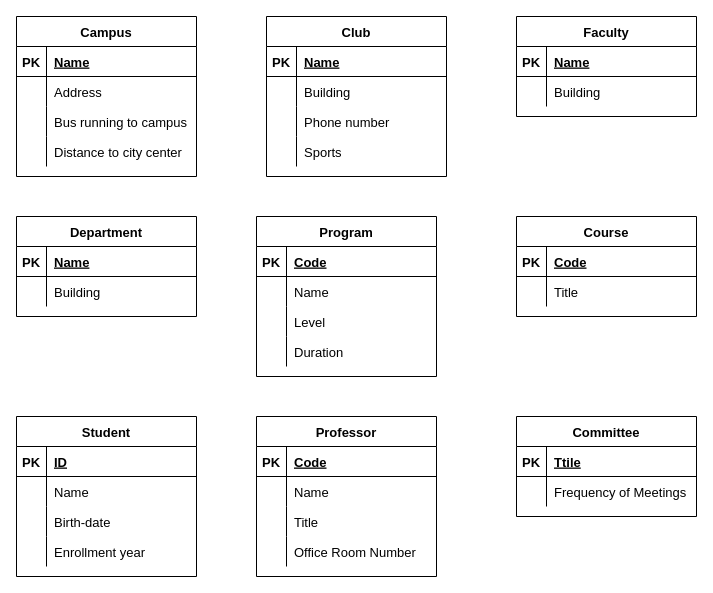
theshaydays/BT2102-Assignments keeps this draw.io diagram as page "Entities" (1 of 2) of Untitled Diagram.drawio. Above is the earlier version. Source tidied: cells renumbered, new cells numbered last; positions are measured from the earlier drawing's top-left corner, leaving out a move shared by most shapes. Both pictures are drawn from the tidied source at 100%, with x=0, y=0 at pixel (16, 16).
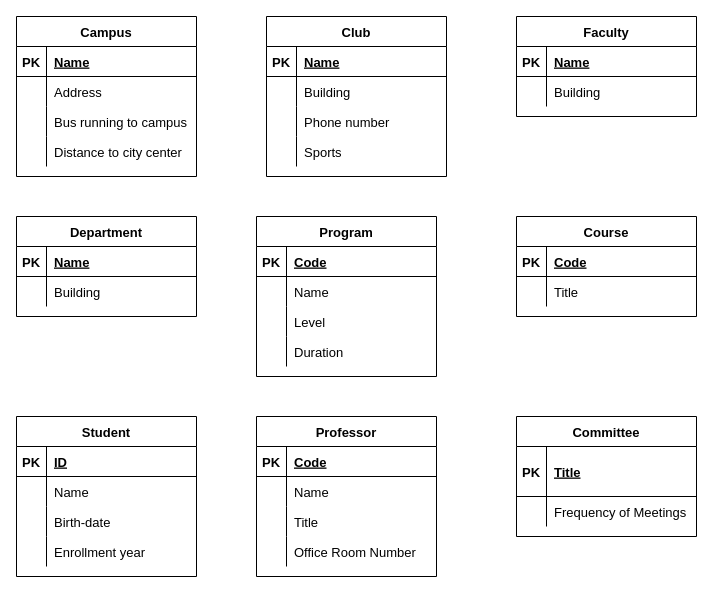
After the change.

Change to the diagram source:
```diff
@@
     <mxCell id="89" value="Committee" style="shape=table;startSize=30;childLayout=tableLayout;rowLines=0;fontStyle=1;align=center;fontSize=13;" parent="1" vertex="1">
-      <mxGeometry x="500" y="400" width="180" height="100" as="geometry" />
+      <mxGeometry x="500" y="400" width="180" height="120" as="geometry" />
     </mxCell>
     <mxCell id="90" style="shape=tableRow;horizontal=0;startSize=0;swimlaneHead=0;swimlaneBody=0;fillColor=none;top=0;left=0;right=0;bottom=1;fontSize=13;" parent="89" vertex="1">
-      <mxGeometry y="30" width="180" height="30" as="geometry" />
+      <mxGeometry y="30" width="180" height="50" as="geometry" />
     </mxCell>
     <mxCell id="91" value="PK" style="shape=partialRectangle;fillColor=none;top=0;left=0;bottom=0;right=0;fontStyle=1;overflow=hidden;fontSize=13;" parent="90" vertex="1">
-      <mxGeometry width="30" height="30" as="geometry" />
+      <mxGeometry width="30" height="50" as="geometry" />
     </mxCell>
-    <mxCell id="92" value="Ttile" style="shape=partialRectangle;fillColor=none;top=0;left=0;bottom=0;right=0;align=left;spacingLeft=6;fontStyle=5;overflow=hidden;fontSize=13;" parent="90" vertex="1">
-      <mxGeometry x="30" width="150" height="30" as="geometry" />
+    <mxCell id="92" value="Title" style="shape=partialRectangle;fillColor=none;top=0;left=0;bottom=0;right=0;align=left;spacingLeft=6;fontStyle=5;overflow=hidden;fontSize=13;" parent="90" vertex="1">
+      <mxGeometry x="30" width="150" height="50" as="geometry" />
     </mxCell>
     <mxCell id="93" style="shape=tableRow;horizontal=0;startSize=0;swimlaneHead=0;swimlaneBody=0;fillColor=none;top=0;left=0;right=0;bottom=0;fontSize=13;" parent="89" vertex="1">
-      <mxGeometry y="60" width="180" height="30" as="geometry" />
+      <mxGeometry y="80" width="180" height="30" as="geometry" />
     </mxCell>
```
